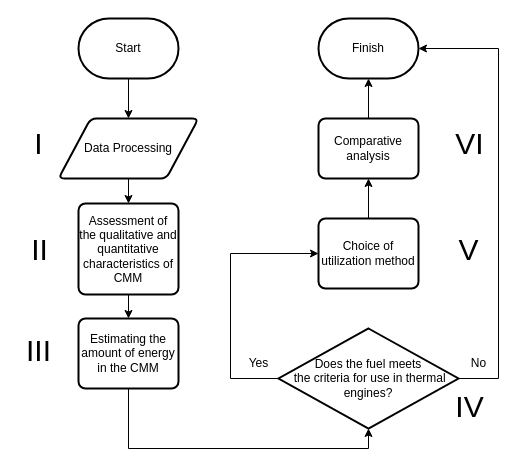
Randyrofed/CMM keeps this draw.io diagram as Диаграмма без названия.drawio. Above is the earlier version. Source tidied: cells renumbered, new cells numbered last; positions are measured from the earlier drawing's top-left corner, leaving out a move shared by most shapes. Both pictures are drawn from the tidied source at 100%, with x=0, y=0 at pixel (17, 18).
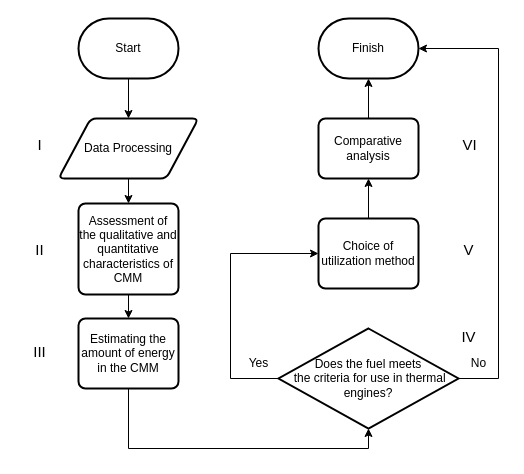
Above is the later version.

The edit, as a diff of the source:
```diff
@@
-    <mxCell id="20" value="&lt;font style=&quot;font-size: 30px;&quot;&gt;I&lt;/font&gt;" style="text;html=1;align=center;verticalAlign=middle;fillColor=none;strokeColor=none;rounded=0;strokeWidth=1;fontSize=8;" parent="1" vertex="1">
-      <mxGeometry x="7" y="97" width="28" height="56" as="geometry" />
+    <mxCell id="20" value="&lt;font style=&quot;font-size: 15px;&quot;&gt;I&lt;/font&gt;" style="text;html=1;align=center;verticalAlign=middle;fillColor=none;strokeColor=none;rounded=0;strokeWidth=1;fontSize=8;" parent="1" vertex="1">
+      <mxGeometry x="11" y="108" width="21" height="35" as="geometry" />
     </mxCell>
-    <mxCell id="21" value="&lt;font style=&quot;font-size: 30px;&quot;&gt;I&lt;/font&gt;&lt;span style=&quot;font-size: 30px;&quot;&gt;I&lt;/span&gt;" style="text;html=1;align=center;verticalAlign=middle;fillColor=none;strokeColor=none;rounded=0;strokeWidth=1;fontSize=8;" parent="1" vertex="1">
-      <mxGeometry x="4" y="202.5" width="35" height="56" as="geometry" />
+    <mxCell id="21" value="&lt;font style=&quot;font-size: 15px;&quot;&gt;&lt;font style=&quot;font-size: 15px;&quot;&gt;I&lt;/font&gt;I&lt;/font&gt;" style="text;html=1;align=center;verticalAlign=middle;fillColor=none;strokeColor=none;rounded=0;strokeWidth=1;fontSize=8;" parent="1" vertex="1">
+      <mxGeometry x="8" y="213.5" width="28" height="35" as="geometry" />
     </mxCell>
-    <mxCell id="22" value="&lt;font style=&quot;font-size: 30px;&quot;&gt;I&lt;/font&gt;&lt;span style=&quot;font-size: 30px;&quot;&gt;I&lt;/span&gt;&lt;span style=&quot;font-size: 30px;&quot;&gt;I&lt;/span&gt;" style="text;html=1;align=center;verticalAlign=middle;fillColor=none;strokeColor=none;rounded=0;strokeWidth=1;fontSize=8;" parent="1" vertex="1">
-      <mxGeometry y="304" width="42" height="56" as="geometry" />
+    <mxCell id="22" value="&lt;font style=&quot;font-size: 15px;&quot;&gt;&lt;font style=&quot;font-size: 15px;&quot;&gt;I&lt;/font&gt;II&lt;/font&gt;" style="text;html=1;align=center;verticalAlign=middle;fillColor=none;strokeColor=none;rounded=0;strokeWidth=1;fontSize=8;" parent="1" vertex="1">
+      <mxGeometry x="4" y="315" width="35" height="35" as="geometry" />
     </mxCell>
-    <mxCell id="23" value="&lt;font style=&quot;font-size: 30px;&quot;&gt;VI&lt;/font&gt;" style="text;html=1;align=center;verticalAlign=middle;fillColor=none;strokeColor=none;rounded=0;strokeWidth=1;fontSize=8;" parent="1" vertex="1">
-      <mxGeometry x="427" y="97" width="49" height="56" as="geometry" />
+    <mxCell id="23" value="&lt;font style=&quot;font-size: 15px;&quot;&gt;VI&lt;/font&gt;" style="text;html=1;align=center;verticalAlign=middle;fillColor=none;strokeColor=none;rounded=0;strokeWidth=1;fontSize=8;" parent="1" vertex="1">
+      <mxGeometry x="434" y="108" width="35" height="35" as="geometry" />
     </mxCell>
-    <mxCell id="24" value="&lt;font style=&quot;font-size: 30px;&quot;&gt;V&lt;/font&gt;" style="text;html=1;align=center;verticalAlign=middle;fillColor=none;strokeColor=none;rounded=0;strokeWidth=1;fontSize=8;" parent="1" vertex="1">
-      <mxGeometry x="430" y="202.5" width="42" height="56" as="geometry" />
+    <mxCell id="24" value="&lt;font style=&quot;font-size: 15px;&quot;&gt;V&lt;/font&gt;" style="text;html=1;align=center;verticalAlign=middle;fillColor=none;strokeColor=none;rounded=0;strokeWidth=1;fontSize=8;" parent="1" vertex="1">
+      <mxGeometry x="437" y="213.5" width="28" height="35" as="geometry" />
     </mxCell>
-    <mxCell id="25" value="&lt;font style=&quot;font-size: 30px;&quot;&gt;IV&lt;/font&gt;" style="text;html=1;align=center;verticalAlign=middle;fillColor=none;strokeColor=none;rounded=0;strokeWidth=1;fontSize=8;" parent="1" vertex="1">
-      <mxGeometry x="427" y="360" width="49" height="56" as="geometry" />
+    <mxCell id="25" value="&lt;font style=&quot;font-size: 15px;&quot;&gt;IV&lt;/font&gt;" style="text;html=1;align=center;verticalAlign=middle;fillColor=none;strokeColor=none;rounded=0;strokeWidth=1;fontSize=8;" parent="1" vertex="1">
+      <mxGeometry x="433.5" y="300" width="35" height="35" as="geometry" />
     </mxCell>
```
